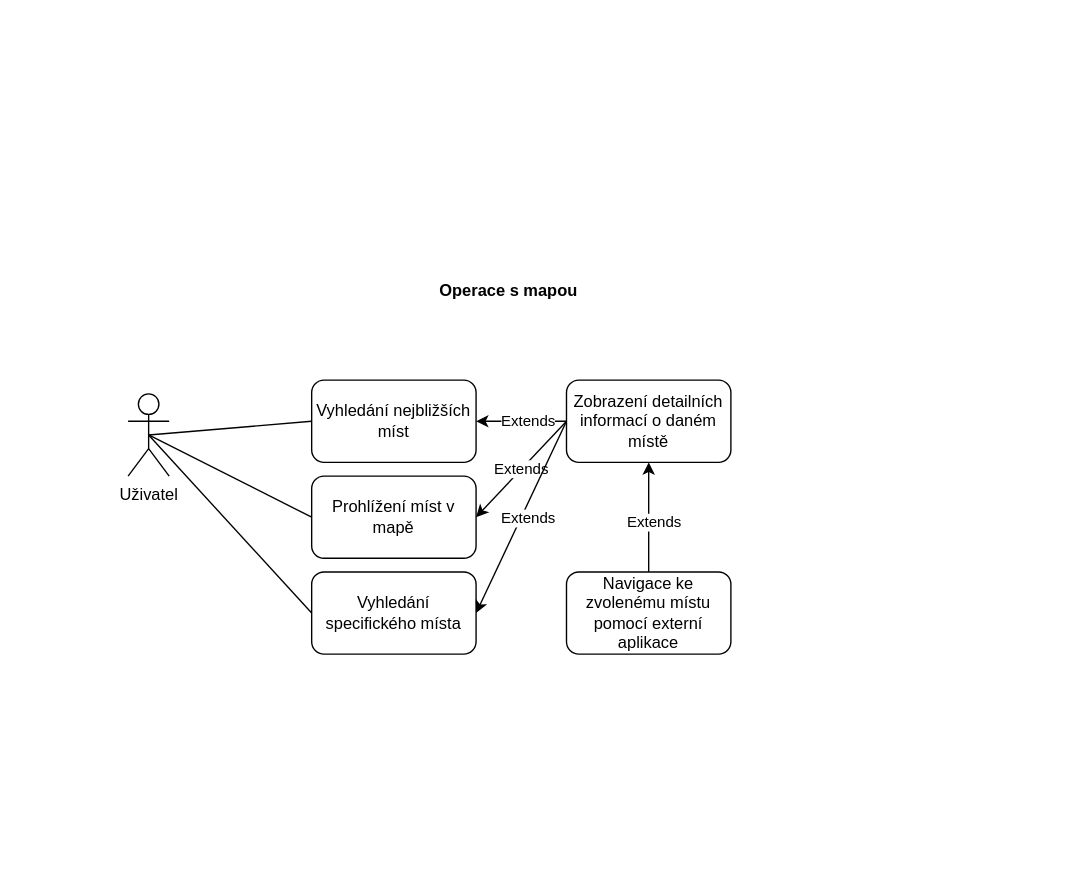
Earlier version of the draw.io diagram Diagramy/EuroKlíčenka - Use Case - Operace s mapou.drawio (euroklicenka/euroklicenka). Source tidied: cells renumbered, new cells numbered last; positions are measured from the earlier drawing's top-left corner, leaving out a move shared by most shapes. Both pictures are drawn from the tidied source at 137%, with x=0, y=0 at pixel (127, 270).
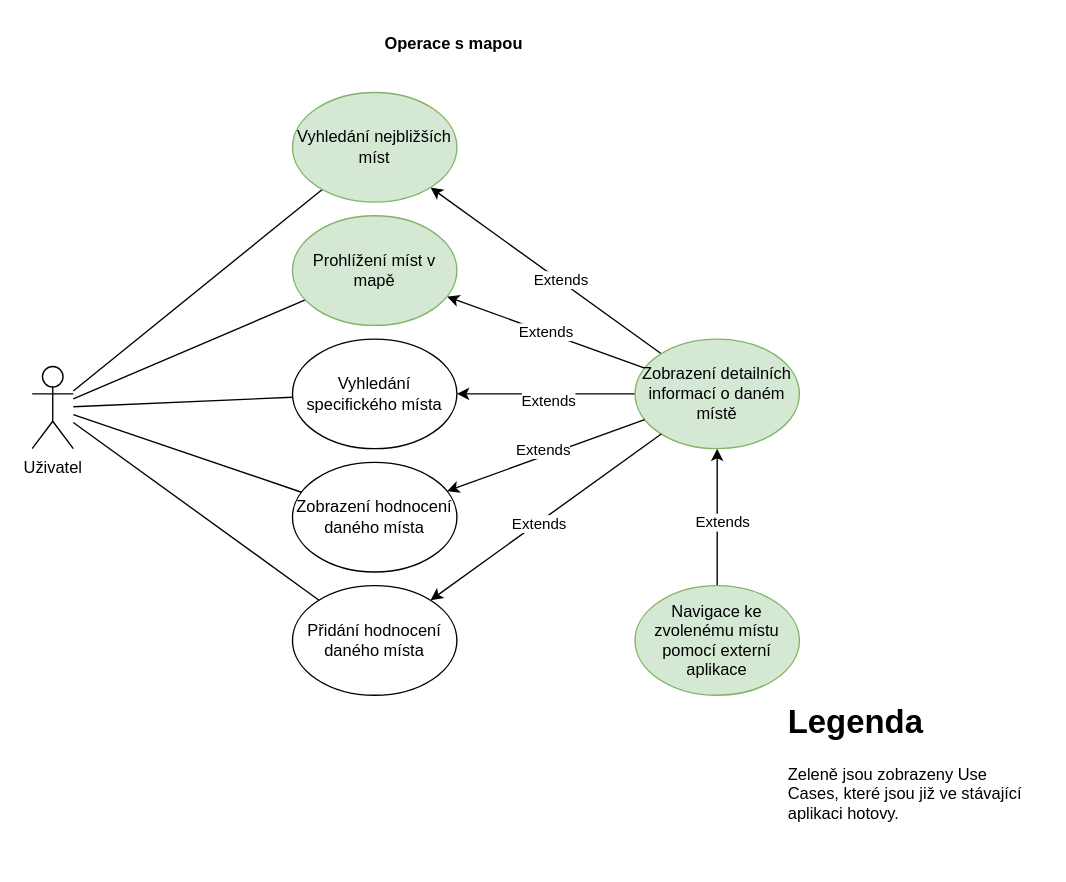
The same diagram, later.

Diff of the diagram source:
```diff
@@
     <mxCell id="2" value="Uživatel" style="shape=umlActor;verticalLabelPosition=bottom;verticalAlign=top;html=1;outlineConnect=0;" parent="1" vertex="1">
-      <mxGeometry y="90" width="30" height="60" as="geometry" />
+      <mxGeometry x="-70" y="70" width="30" height="60" as="geometry" />
     </mxCell>
-    <mxCell id="3" value="Prohlížení míst v mapě" style="rounded=1;whiteSpace=wrap;html=1;" parent="1" vertex="1">
-      <mxGeometry x="134" y="150" width="120" height="60" as="geometry" />
-    </mxCell>
-    <mxCell id="4" value="Zobrazení detailních informací o daném místě" style="rounded=1;whiteSpace=wrap;html=1;" parent="1" vertex="1">
-      <mxGeometry x="320" y="80" width="120" height="60" as="geometry" />
-    </mxCell>
-    <mxCell id="5" value="Vyhledání nejbližších míst" style="rounded=1;whiteSpace=wrap;html=1;" parent="1" vertex="1">
-      <mxGeometry x="134" y="80" width="120" height="60" as="geometry" />
-    </mxCell>
-    <mxCell id="6" value="Navigace ke zvolenému místu pomocí externí aplikace" style="rounded=1;whiteSpace=wrap;html=1;" parent="1" vertex="1">
-      <mxGeometry x="320" y="220" width="120" height="60" as="geometry" />
-    </mxCell>
-    <mxCell id="7" style="endArrow=classic;html=1;rounded=0;exitX=0.5;exitY=0;exitDx=0;exitDy=0;entryX=0.5;entryY=1;entryDx=0;entryDy=0;" parent="1" edge="1" source="6" target="4">
+    <mxCell id="7" style="endArrow=classic;html=1;rounded=0;" parent="1" edge="1" source="6" target="4">
       <mxGeometry relative="1" as="geometry" />
     </mxCell>
@@
-    <mxCell id="9" value="Extends" style="endArrow=classic;html=1;rounded=0;exitX=0;exitY=0.5;exitDx=0;exitDy=0;entryX=1;entryY=0.5;entryDx=0;entryDy=0;" parent="1" edge="1" source="4" target="3">
+    <mxCell id="9" value="Extends" style="endArrow=classic;html=1;rounded=0;" parent="1" edge="1" source="4" target="3">
       <mxGeometry relative="1" as="geometry" />
     </mxCell>
-    <mxCell id="10" style="endArrow=classic;html=1;rounded=0;entryX=1;entryY=0.5;entryDx=0;entryDy=0;" parent="1" edge="1" source="4" target="5">
+    <mxCell id="10" style="endArrow=classic;html=1;rounded=0;" parent="1" edge="1" source="4" target="5">
       <mxGeometry relative="1" as="geometry" />
     </mxCell>
@@
-    <mxCell id="12" value="Vyhledání specifického místa" style="rounded=1;whiteSpace=wrap;html=1;" parent="1" vertex="1">
-      <mxGeometry x="134" y="220" width="120" height="60" as="geometry" />
-    </mxCell>
-    <mxCell id="13" style="endArrow=classic;html=1;rounded=0;exitX=0;exitY=0.5;exitDx=0;exitDy=0;entryX=1;entryY=0.5;entryDx=0;entryDy=0;" parent="1" edge="1" source="4" target="12">
+    <mxCell id="13" style="endArrow=classic;html=1;rounded=0;" parent="1" edge="1" source="4" target="12">
       <mxGeometry relative="1" as="geometry" />
     </mxCell>
@@
-    <mxCell id="15" style="endArrow=none;html=1;rounded=0;entryX=0.5;entryY=0.5;entryDx=0;entryDy=0;entryPerimeter=0;exitX=0;exitY=0.5;exitDx=0;exitDy=0;" parent="1" edge="1" source="12" target="2">
+    <mxCell id="15" style="endArrow=none;html=1;rounded=0;" parent="1" edge="1" source="12" target="2">
       <mxGeometry relative="1" as="geometry" />
     </mxCell>
-    <mxCell id="16" style="endArrow=none;html=1;rounded=0;exitX=0;exitY=0.5;exitDx=0;exitDy=0;entryX=0.5;entryY=0.5;entryDx=0;entryDy=0;entryPerimeter=0;" parent="1" edge="1" source="3" target="2">
+    <mxCell id="16" style="endArrow=none;html=1;rounded=0;" parent="1" edge="1" source="3" target="2">
       <mxGeometry relative="1" as="geometry" />
     </mxCell>
-    <mxCell id="17" style="endArrow=none;html=1;rounded=0;entryX=0.5;entryY=0.5;entryDx=0;entryDy=0;entryPerimeter=0;exitX=0;exitY=0.5;exitDx=0;exitDy=0;" parent="1" edge="1" source="5" target="2">
+    <mxCell id="17" style="endArrow=none;html=1;rounded=0;" parent="1" edge="1" source="5" target="2">
       <mxGeometry relative="1" as="geometry" />
     </mxCell>
     <mxCell id="18" value="&lt;b&gt;Operace s mapou&lt;/b&gt;" style="text;html=1;strokeColor=none;fillColor=none;align=center;verticalAlign=middle;whiteSpace=wrap;rounded=0;" parent="1" vertex="1">
-      <mxGeometry x="220" width="116" height="30" as="geometry" />
+      <mxGeometry x="180" y="-180" width="116" height="30" as="geometry" />
     </mxCell>
+    <mxCell id="5" value="Vyhledání nejbližších míst" style="ellipse;whiteSpace=wrap;html=1;fillColor=#d5e8d4;strokeColor=#82b366;" parent="1" vertex="1">
+      <mxGeometry x="120" y="-130" width="120" height="80" as="geometry" />
+    </mxCell>
+    <mxCell id="4" value="Zobrazení detailních informací o daném místě" style="ellipse;whiteSpace=wrap;html=1;fillColor=#d5e8d4;strokeColor=#82b366;" parent="1" vertex="1">
+      <mxGeometry x="370" y="50" width="120" height="80" as="geometry" />
+    </mxCell>
+    <mxCell id="3" value="Prohlížení míst v mapě" style="ellipse;whiteSpace=wrap;html=1;fillColor=#d5e8d4;strokeColor=#82b366;" parent="1" vertex="1">
+      <mxGeometry x="120" y="-40" width="120" height="80" as="geometry" />
+    </mxCell>
+    <mxCell id="6" value="Navigace ke zvolenému místu pomocí externí aplikace" style="ellipse;whiteSpace=wrap;html=1;fillColor=#d5e8d4;strokeColor=#82b366;" parent="1" vertex="1">
+      <mxGeometry x="370" y="230" width="120" height="80" as="geometry" />
+    </mxCell>
+    <mxCell id="12" value="Vyhledání specifického místa" style="ellipse;whiteSpace=wrap;html=1;" parent="1" vertex="1">
+      <mxGeometry x="120" y="50" width="120" height="80" as="geometry" />
+    </mxCell>
+    <mxCell id="19" value="Zobrazení hodnocení daného místa" style="ellipse;whiteSpace=wrap;html=1;" parent="1" vertex="1">
+      <mxGeometry x="120" y="140" width="120" height="80" as="geometry" />
+    </mxCell>
+    <mxCell id="20" style="endArrow=classic;html=1;rounded=0;" parent="1" edge="1" source="4" target="19">
+      <mxGeometry relative="1" as="geometry" />
+    </mxCell>
+    <mxCell id="21" value="Extends" style="edgeLabel;html=1;align=center;verticalAlign=middle;" parent="20" vertex="1">
+      <mxGeometry x="0.01" y="-5" relative="1" as="geometry" />
+    </mxCell>
+    <mxCell id="22" style="endArrow=none;html=1;rounded=0;" parent="1" edge="1" source="2" target="19">
+      <mxGeometry relative="1" as="geometry" />
+    </mxCell>
+    <mxCell id="23" value="Přidání hodnocení daného místa" style="ellipse;whiteSpace=wrap;html=1;" parent="1" vertex="1">
+      <mxGeometry x="120" y="230" width="120" height="80" as="geometry" />
+    </mxCell>
+    <mxCell id="24" style="endArrow=classic;html=1;rounded=0;" parent="1" edge="1" source="4" target="23">
+      <mxGeometry relative="1" as="geometry" />
+    </mxCell>
+    <mxCell id="25" value="Extends" style="edgeLabel;html=1;align=center;verticalAlign=middle;" parent="24" vertex="1">
+      <mxGeometry x="0.07" relative="1" as="geometry" />
+    </mxCell>
+    <mxCell id="26" style="endArrow=none;html=1;rounded=0;" parent="1" edge="1" source="2" target="23">
+      <mxGeometry relative="1" as="geometry" />
+    </mxCell>
+    <mxCell id="27" value="&lt;h1&gt;Legenda&lt;/h1&gt;&lt;div&gt;Zeleně jsou zobrazeny Use Cases, které jsou již ve stávající aplikaci hotovy.&lt;/div&gt;" style="text;html=1;strokeColor=none;fillColor=none;spacing=5;spacingTop=-20;whiteSpace=wrap;overflow=hidden;rounded=0;" parent="1" vertex="1">
+      <mxGeometry x="477" y="310" width="190" height="120" as="geometry" />
+    </mxCell>
```
